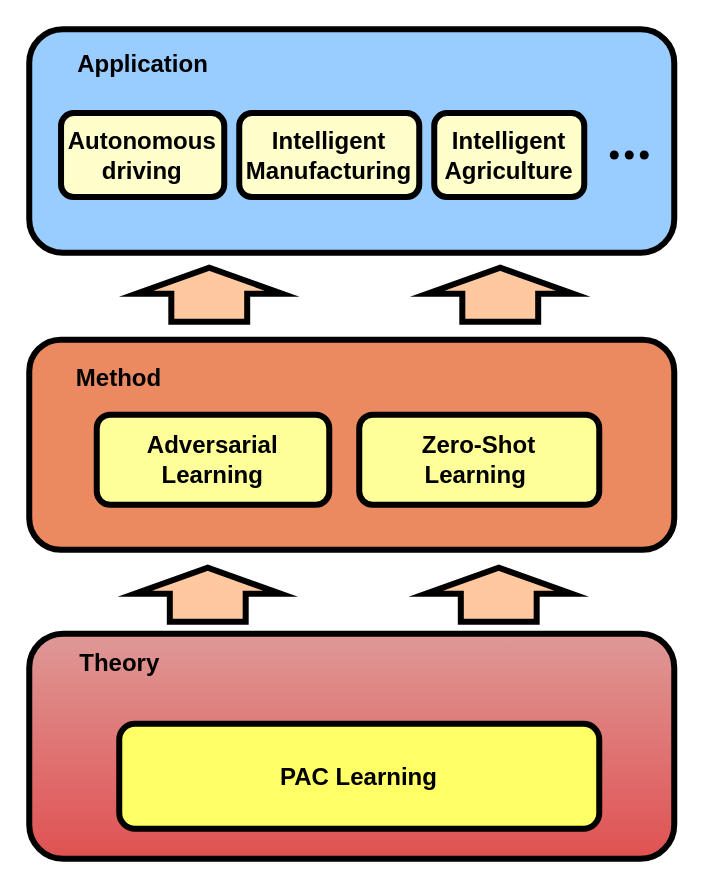
KopiSoftware/draw_cc_cloud keeps this draw.io diagram as RP/research_framework.drawio. Above is the earlier version. Source tidied: cells renumbered, new cells numbered last; positions are measured from the earlier drawing's top-left corner, leaving out a move shared by most shapes. Both pictures are drawn from the tidied source at 150%, with x=0, y=0 at pixel (28, 28).
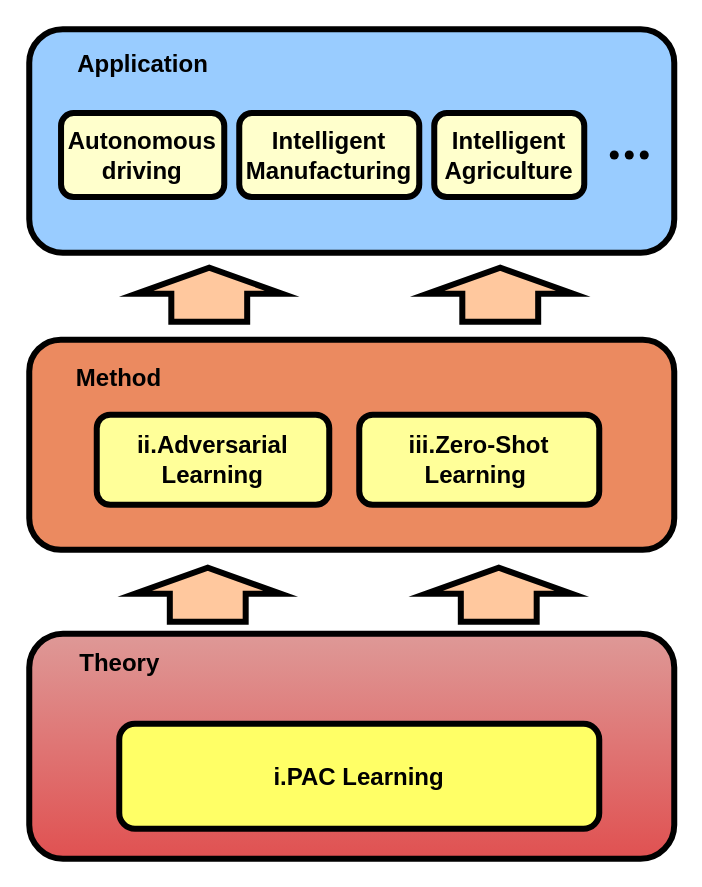
Above is the later version.

The change refers to these unchanged cells:
```xml
<mxCell id="2" style="group;" parent="1" vertex="1">
  <mxGeometry y="403" width="430" height="150" as="geometry" />
</mxCell>
```

The edit, as a diff of the source:
```diff
@@
-    <mxCell id="4" value="&lt;b&gt;&lt;font style=&quot;font-size: 16px;&quot;&gt;PAC Learning&lt;/font&gt;&lt;/b&gt;" style="rounded=1;whiteSpace=wrap;html=1;strokeWidth=4;fillColor=#FFFF66;strokeColor=#000000;" parent="2" vertex="1">
+    <mxCell id="4" value="&lt;b&gt;&lt;font style=&quot;font-size: 16px;&quot;&gt;i.PAC Learning&lt;/font&gt;&lt;/b&gt;" style="rounded=1;whiteSpace=wrap;html=1;strokeWidth=4;fillColor=#FFFF66;strokeColor=#000000;" parent="2" vertex="1">
       <mxGeometry x="60" y="60" width="320" height="70" as="geometry" />
     </mxCell>
@@
-    <mxCell id="18" value="&lt;span style=&quot;font-size: 16px;&quot;&gt;&lt;b&gt;Zero-Shot&lt;br&gt;Learning&amp;nbsp;&lt;/b&gt;&lt;/span&gt;" style="rounded=1;whiteSpace=wrap;html=1;strokeWidth=4;fillColor=#FFFF99;" parent="1" vertex="1">
+    <mxCell id="18" value="&lt;span style=&quot;font-size: 16px;&quot;&gt;&lt;b&gt;iii.Zero-Shot&lt;br&gt;Learning&amp;nbsp;&lt;/b&gt;&lt;/span&gt;" style="rounded=1;whiteSpace=wrap;html=1;strokeWidth=4;fillColor=#FFFF99;" parent="1" vertex="1">
       <mxGeometry x="220" y="257" width="160" height="60" as="geometry" />
     </mxCell>
-    <mxCell id="19" value="&lt;span style=&quot;font-size: 16px;&quot;&gt;&lt;b&gt;Adversarial&lt;br&gt;Learning&lt;br&gt;&lt;/b&gt;&lt;/span&gt;" style="rounded=1;whiteSpace=wrap;html=1;strokeWidth=4;fillColor=#FFFF99;" parent="1" vertex="1">
+    <mxCell id="19" value="&lt;span style=&quot;font-size: 16px;&quot;&gt;&lt;b&gt;ii.Adversarial&lt;br&gt;Learning&lt;br&gt;&lt;/b&gt;&lt;/span&gt;" style="rounded=1;whiteSpace=wrap;html=1;strokeWidth=4;fillColor=#FFFF99;" parent="1" vertex="1">
       <mxGeometry x="45" y="257" width="155" height="60" as="geometry" />
     </mxCell>
```
